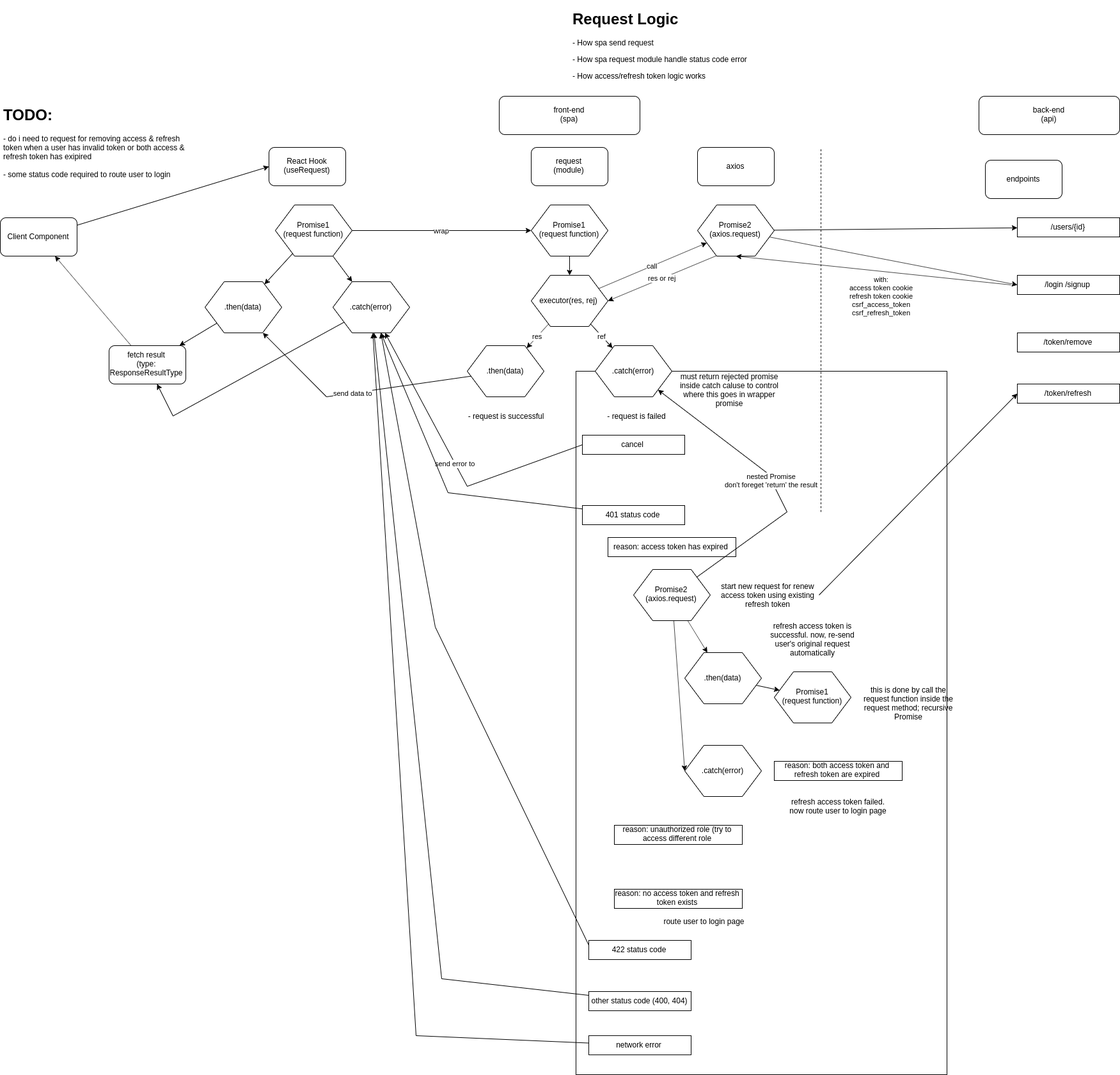
Earlier version of the draw.io export Request_Logic.PNG (stsiwo/sts_blogs). Source tidied: cells renumbered, new cells last; positions are measured from the earlier drawing's top-left corner, leaving out a move shared by most shapes.
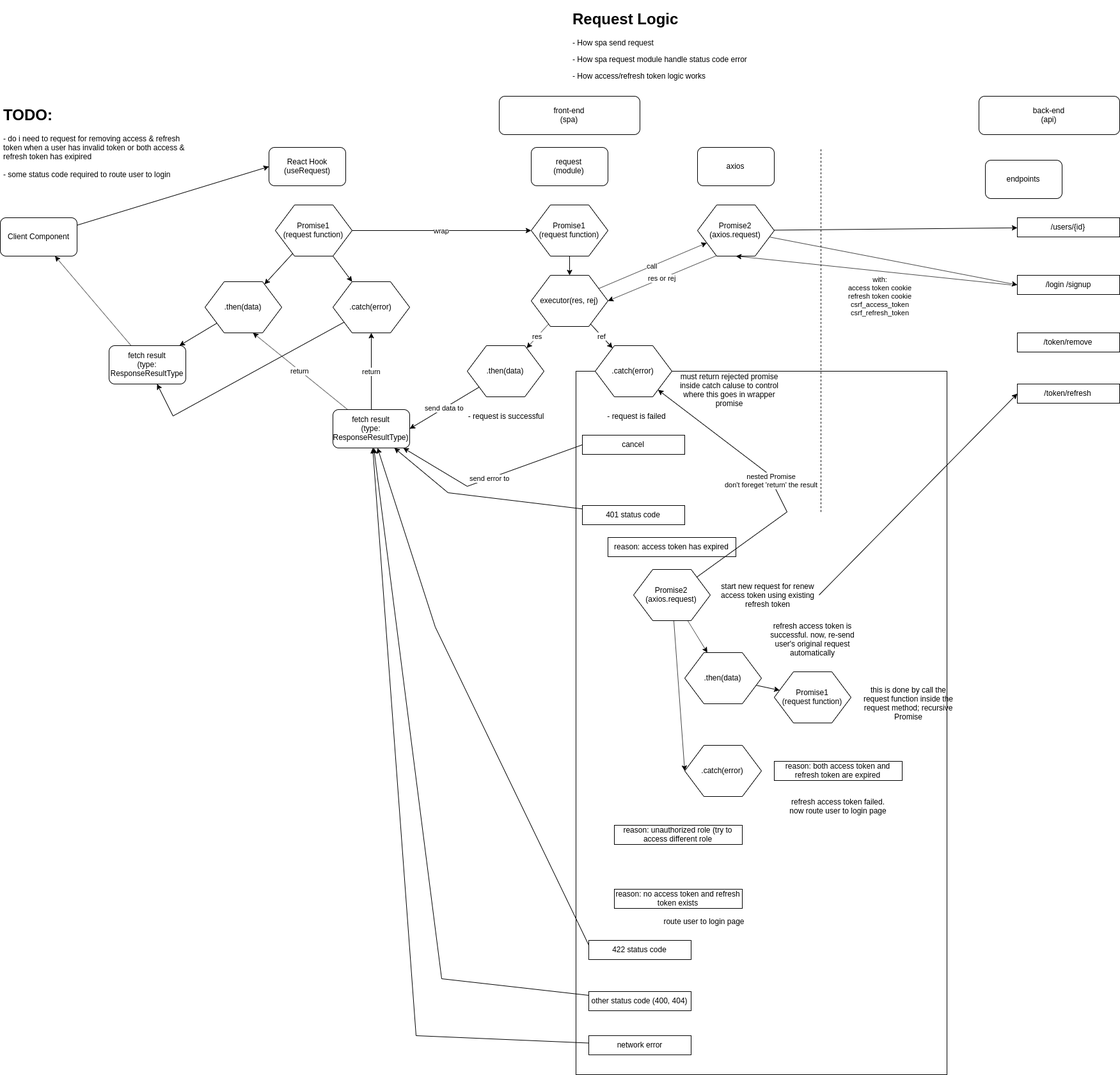
The same diagram one commit later.

Change to the diagram source:
```diff
@@ -47,7 +47,7 @@
     <mxCell id="15" value="executor(res, rej)" style="shape=hexagon;perimeter=hexagonPerimeter2;whiteSpace=wrap;html=1;" parent="1" vertex="1">
       <mxGeometry x="830" y="420" width="120" height="80" as="geometry" />
     </mxCell>
-    <mxCell id="16" value="send error to" style="edgeStyle=none;rounded=0;jettySize=auto;html=1;exitX=0;exitY=0.5;exitDx=0;exitDy=0;" parent="1" edge="1" source="34" target="27">
+    <mxCell id="16" value="send error to" style="edgeStyle=none;rounded=0;jettySize=auto;html=1;exitX=0;exitY=0.5;exitDx=0;exitDy=0;" parent="1" edge="1" source="34" target="75">
       <mxGeometry relative="1" as="geometry">
         <Array as="points">
           <mxPoint x="730" y="750" />
@@ -57,10 +57,10 @@
     <mxCell id="17" value=".catch(error)" style="shape=hexagon;perimeter=hexagonPerimeter2;whiteSpace=wrap;html=1;" parent="1" vertex="1">
       <mxGeometry x="930" y="530" width="120" height="80" as="geometry" />
     </mxCell>
-    <mxCell id="18" value="send data to" style="edgeStyle=none;rounded=0;jettySize=auto;html=1;entryX=0.754;entryY=1;entryDx=0;entryDy=0;entryPerimeter=0;" parent="1" edge="1" source="19" target="29">
+    <mxCell id="18" value="send data to" style="edgeStyle=none;rounded=0;jettySize=auto;html=1;entryX=1;entryY=0.5;entryDx=0;entryDy=0;" parent="1" edge="1" source="19" target="75">
       <mxGeometry relative="1" as="geometry">
         <Array as="points">
-          <mxPoint x="510" y="610" />
+          <mxPoint x="690" y="630" />
         </Array>
       </mxGeometry>
     </mxCell>
@@ -116,7 +116,7 @@
     <mxCell id="34" value="cancel" style="rounded=0;whiteSpace=wrap;html=1;" parent="1" vertex="1">
       <mxGeometry x="910" y="670" width="160" height="30" as="geometry" />
     </mxCell>
-    <mxCell id="35" style="edgeStyle=none;rounded=0;jettySize=auto;html=1;entryX=0.625;entryY=1;entryDx=0;entryDy=0;" parent="1" edge="1" source="36" target="27">
+    <mxCell id="35" style="edgeStyle=none;rounded=0;jettySize=auto;html=1;" parent="1" edge="1" source="36" target="75">
       <mxGeometry relative="1" as="geometry">
         <Array as="points">
           <mxPoint x="700" y="760" />
@@ -135,7 +135,7 @@
     <mxCell id="39" value="reason: unauthorized role (try to access different role" style="rounded=0;whiteSpace=wrap;html=1;" parent="1" vertex="1">
       <mxGeometry x="960" y="1280" width="200" height="30" as="geometry" />
     </mxCell>
-    <mxCell id="40" style="edgeStyle=none;rounded=0;jettySize=auto;html=1;entryX=0.625;entryY=1;entryDx=0;entryDy=0;exitX=0;exitY=0.25;exitDx=0;exitDy=0;" parent="1" edge="1" source="41" target="27">
+    <mxCell id="40" style="edgeStyle=none;rounded=0;jettySize=auto;html=1;exitX=0;exitY=0.25;exitDx=0;exitDy=0;" parent="1" edge="1" source="41" target="75">
       <mxGeometry relative="1" as="geometry">
         <Array as="points">
           <mxPoint x="680" y="970" />
@@ -148,7 +148,7 @@
     <mxCell id="42" value="reason: no access token and refresh token exists" style="rounded=0;whiteSpace=wrap;html=1;" parent="1" vertex="1">
       <mxGeometry x="960" y="1380" width="200" height="30" as="geometry" />
     </mxCell>
-    <mxCell id="43" style="edgeStyle=none;rounded=0;jettySize=auto;html=1;" parent="1" edge="1" source="44" target="27">
+    <mxCell id="43" style="edgeStyle=none;rounded=0;jettySize=auto;html=1;" parent="1" edge="1" source="44" target="75">
       <mxGeometry relative="1" as="geometry">
         <Array as="points">
           <mxPoint x="690" y="1520" />
@@ -158,7 +158,7 @@
     <mxCell id="44" value="other status code (400, 404)" style="rounded=0;whiteSpace=wrap;html=1;" parent="1" vertex="1">
       <mxGeometry x="920" y="1540" width="160" height="30" as="geometry" />
     </mxCell>
-    <mxCell id="45" style="edgeStyle=none;rounded=0;jettySize=auto;html=1;" parent="1" edge="1" source="46" target="27">
+    <mxCell id="45" style="edgeStyle=none;rounded=0;jettySize=auto;html=1;" parent="1" edge="1" source="46" target="75">
       <mxGeometry relative="1" as="geometry">
         <Array as="points">
           <mxPoint x="650" y="1609" />
@@ -253,5 +253,14 @@
     <mxCell id="72" value="fetch result&lt;br&gt;(type: ResponseResultType" style="rounded=1;whiteSpace=wrap;html=1;" parent="1" vertex="1">
       <mxGeometry x="170" y="530" width="120" height="60" as="geometry" />
     </mxCell>
+    <mxCell id="73" value="return" style="edgeStyle=none;rounded=0;jettySize=auto;html=1;entryX=0.5;entryY=1;entryDx=0;entryDy=0;" parent="1" edge="1" source="75" target="27">
+      <mxGeometry relative="1" as="geometry" />
+    </mxCell>
+    <mxCell id="74" value="return" style="edgeStyle=none;rounded=0;jettySize=auto;html=1;entryX=0.625;entryY=1;entryDx=0;entryDy=0;" parent="1" edge="1" source="75" target="29">
+      <mxGeometry relative="1" as="geometry" />
+    </mxCell>
+    <mxCell id="75" value="fetch result&lt;br&gt;(type: ResponseResultType)" style="rounded=1;whiteSpace=wrap;html=1;" parent="1" vertex="1">
+      <mxGeometry x="520" y="630" width="120" height="60" as="geometry" />
+    </mxCell>
   </root>
 </mxGraphModel>
```
